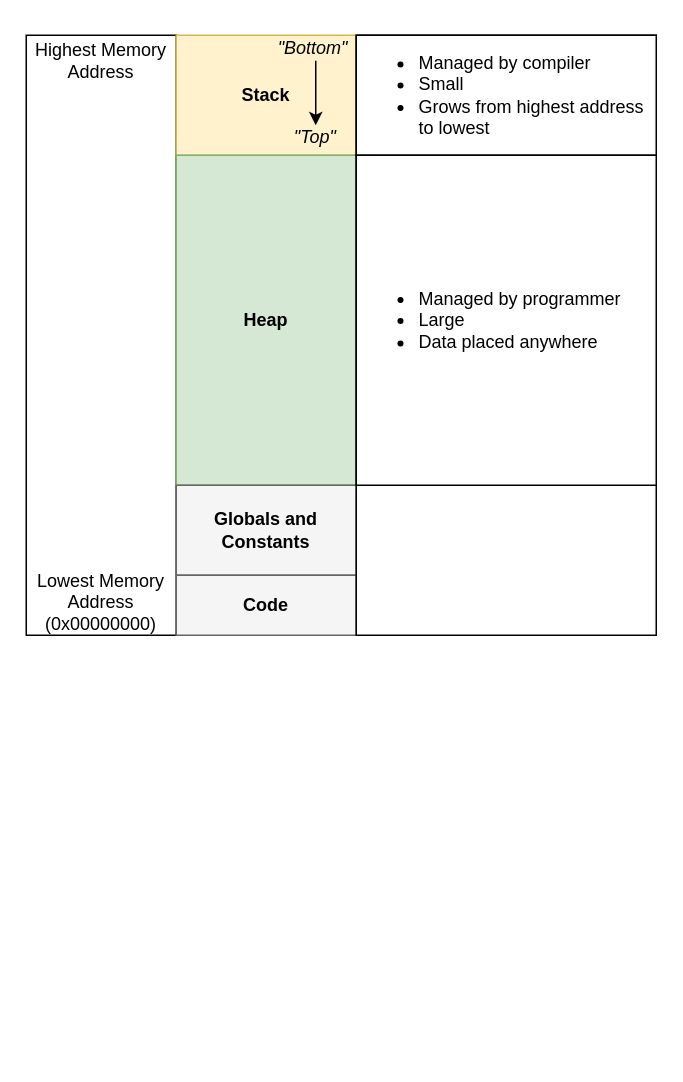
Before: page "segments" (1 of 6) of external/images/memory.drawio in ascholerChemeketa/welcomeprogramming, a draw.io diagram. Source tidied: cells renumbered, new cells numbered last; positions are measured from the earlier drawing's top-left corner, leaving out a move shared by most shapes. Both pictures are drawn from the tidied source at 150%, with x=0, y=0 at pixel (26, 26).
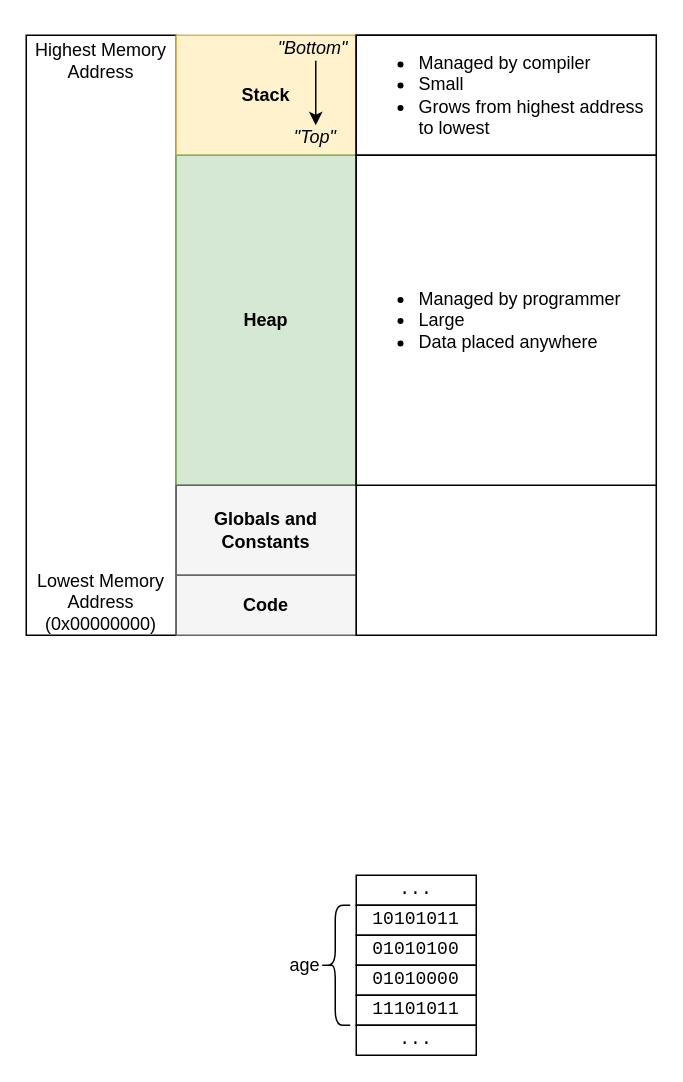
Above is the later version.

What changed in the source:
```diff
@@
+    <mxCell id="15" value="..." style="rounded=0;whiteSpace=wrap;html=1;fontFamily=Consolas;" parent="1" vertex="1">
+      <mxGeometry x="220" y="566" width="80" height="20" as="geometry" />
+    </mxCell>
+    <mxCell id="16" value="10101011" style="rounded=0;whiteSpace=wrap;html=1;fontFamily=Consolas;" parent="1" vertex="1">
+      <mxGeometry x="220" y="586" width="80" height="20" as="geometry" />
+    </mxCell>
+    <mxCell id="17" value="01010100" style="rounded=0;whiteSpace=wrap;html=1;fontFamily=Consolas;" parent="1" vertex="1">
+      <mxGeometry x="220" y="606" width="80" height="20" as="geometry" />
+    </mxCell>
+    <mxCell id="18" value="01010000" style="rounded=0;whiteSpace=wrap;html=1;fontFamily=Consolas;" parent="1" vertex="1">
+      <mxGeometry x="220" y="626" width="80" height="20" as="geometry" />
+    </mxCell>
+    <mxCell id="19" value="11101011" style="rounded=0;whiteSpace=wrap;html=1;fontFamily=Consolas;" parent="1" vertex="1">
+      <mxGeometry x="220" y="646" width="80" height="20" as="geometry" />
+    </mxCell>
+    <mxCell id="20" value="..." style="rounded=0;whiteSpace=wrap;html=1;fontFamily=Consolas;" parent="1" vertex="1">
+      <mxGeometry x="220" y="666" width="80" height="20" as="geometry" />
+    </mxCell>
+    <mxCell id="21" value="age" style="text;html=1;align=center;verticalAlign=middle;whiteSpace=wrap;rounded=0;" parent="1" vertex="1">
+      <mxGeometry x="156" y="611" width="60" height="30" as="geometry" />
+    </mxCell>
+    <mxCell id="22" style="shape=curlyBracket;whiteSpace=wrap;html=1;rounded=1;labelPosition=left;verticalLabelPosition=middle;align=right;verticalAlign=middle;" parent="1" vertex="1">
+      <mxGeometry x="196" y="586" width="20" height="80" as="geometry" />
+    </mxCell>
```
